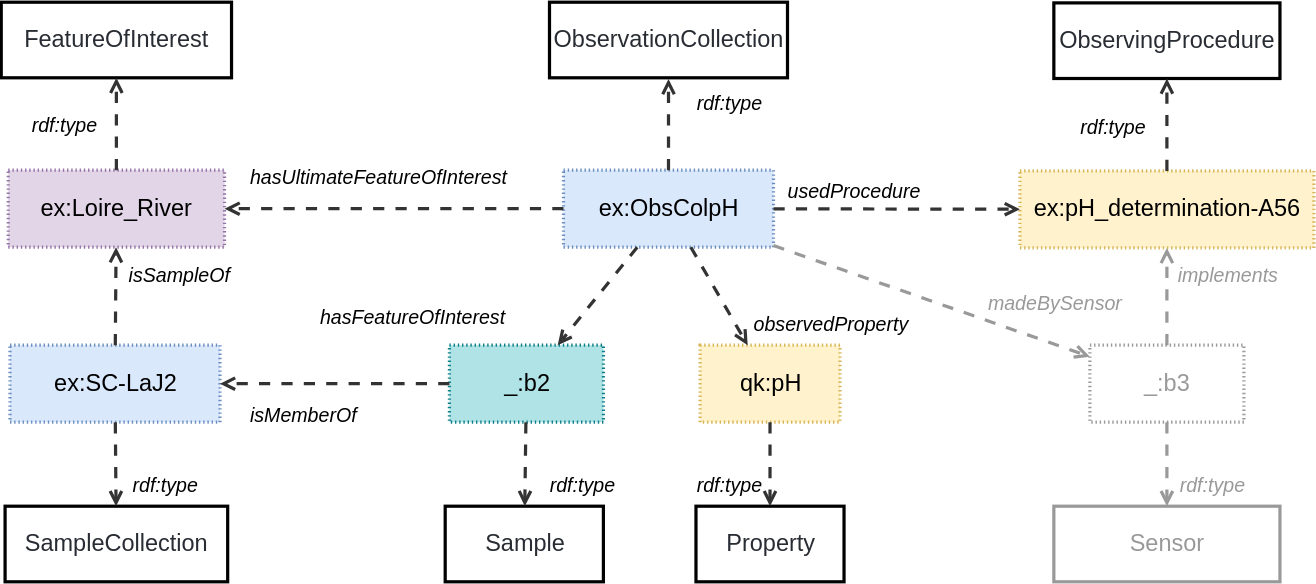
afeliachi/sdw-sosa-ssn keeps this draw.io diagram as ssn/images/PlannedObservationCollection.svg. Above is the earlier version. Source tidied: cells renumbered, new cells last; positions are measured from the earlier drawing's top-left corner, leaving out a move shared by most shapes.
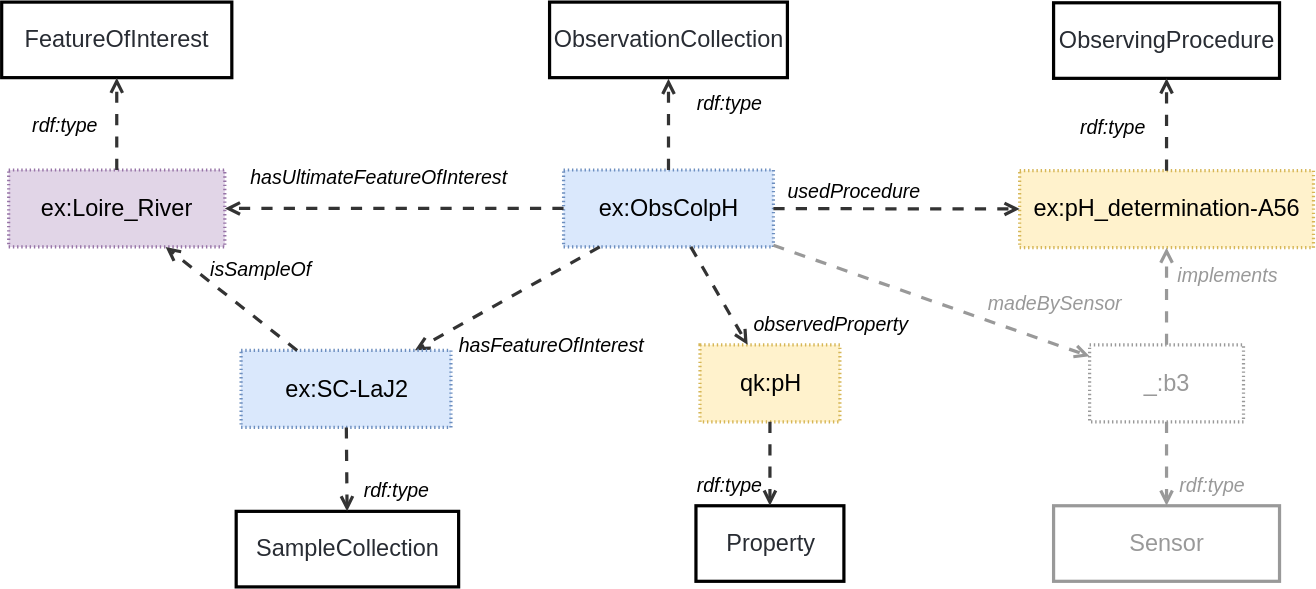
After the change.

The edit, as a diff of the source:
```diff
@@ -32,23 +32,14 @@
     <mxCell id="11" style="html=1;jettySize=18;whiteSpace=wrap;fontSize=13;strokeColor=#333333;strokeOpacity=100;dashed=1;fixDash=1;dashPattern=8 8;strokeWidth=2.3;rounded=0;startArrow=none;endArrow=open;lucidId=XvNQ3zJcAKRb;" parent="1" edge="1" source="6" target="9">
       <mxGeometry relative="1" as="geometry" />
     </mxCell>
-    <mxCell id="12" value="_:b2" style="html=1;overflow=block;blockSpacing=1;whiteSpace=wrap;fontSize=16.8;align=center;spacing=0;strokeOpacity=100;fillColor=#b0e3e6;dashed=1;fixDash=1;dashPattern=1 2;strokeWidth=2.3;strokeColor=#0e8088;" parent="1" vertex="1">
-      <mxGeometry x="320.5" y="245" width="110" height="55" as="geometry" />
-    </mxCell>
-    <mxCell id="13" value="Sample" style="html=1;overflow=block;blockSpacing=1;whiteSpace=wrap;fontSize=16.8;fontColor=#282c33;align=center;spacing=0;strokeOpacity=100;fillColor=none;strokeWidth=2.3;" parent="1" vertex="1">
-      <mxGeometry x="317.5" y="360" width="113" height="54" as="geometry" />
-    </mxCell>
-    <mxCell id="14" style="html=1;jettySize=18;whiteSpace=wrap;fontSize=13;strokeColor=#333333;strokeOpacity=100;dashed=1;fixDash=1;dashPattern=8 8;strokeWidth=2.3;rounded=1;arcSize=24;startArrow=none;endArrow=open;lucidId=NyNQDuX1wnY7;" parent="1" edge="1" source="12" target="13">
-      <mxGeometry relative="1" as="geometry" />
-    </mxCell>
     <mxCell id="15" value="rdf:type" style="html=1;overflow=block;blockSpacing=1;whiteSpace=wrap;fontSize=14;fontStyle=2;align=center;spacing=0;strokeColor=none;strokeOpacity=100;fillOpacity=100;fillColor=none;strokeWidth=2.3;lucidId=ZyNQdXScJ7d8;" parent="1" vertex="1">
       <mxGeometry x="756.5" y="73.5" width="75" height="30" as="geometry" />
     </mxCell>
-    <mxCell id="16" style="html=1;jettySize=18;whiteSpace=wrap;fontSize=13;strokeColor=#333333;strokeOpacity=100;dashed=1;fixDash=1;dashPattern=8 8;strokeWidth=2.3;rounded=1;arcSize=24;startArrow=none;endArrow=open;lucidId=NyNQDuX1wnY7;" parent="1" edge="1" source="2" target="12">
+    <mxCell id="16" style="html=1;jettySize=18;whiteSpace=wrap;fontSize=13;strokeColor=#333333;strokeOpacity=100;dashed=1;fixDash=1;dashPattern=8 8;strokeWidth=2.3;rounded=1;arcSize=24;startArrow=none;endArrow=open;lucidId=NyNQDuX1wnY7;" parent="1" edge="1" source="2" target="24">
       <mxGeometry relative="1" as="geometry" />
     </mxCell>
     <mxCell id="17" value="hasFeatureOfInterest" style="html=1;overflow=block;blockSpacing=1;whiteSpace=wrap;fontSize=14;fontStyle=2;align=center;spacing=0;strokeColor=none;strokeOpacity=100;fillOpacity=100;fillColor=none;strokeWidth=2.3;lucidId=a.MQIzYVmevB;" parent="1" vertex="1">
-      <mxGeometry x="228" y="210" width="75" height="30" as="geometry" />
+      <mxGeometry x="327" y="230" width="75" height="30" as="geometry" />
     </mxCell>
     <mxCell id="18" value="ex:pH_determination-A56" style="html=1;overflow=block;blockSpacing=1;whiteSpace=wrap;fontSize=16.8;align=center;spacing=0;strokeOpacity=100;fillColor=#fff2cc;dashed=1;fixDash=1;dashPattern=1 2;strokeWidth=2.3;strokeColor=#d6b656;" parent="1" vertex="1">
       <mxGeometry x="728" y="120.5" width="210" height="55" as="geometry" />
@@ -59,9 +50,6 @@
     <mxCell id="20" style="html=1;jettySize=18;whiteSpace=wrap;fontSize=13;strokeColor=#333333;strokeOpacity=100;dashed=1;fixDash=1;dashPattern=8 8;strokeWidth=2.3;rounded=1;arcSize=24;startArrow=none;endArrow=open;lucidId=NyNQDuX1wnY7;" parent="1" edge="1" source="18" target="19">
       <mxGeometry relative="1" as="geometry" />
     </mxCell>
-    <mxCell id="21" value="rdf:type" style="html=1;overflow=block;blockSpacing=1;whiteSpace=wrap;fontSize=14;fontStyle=2;align=center;spacing=0;strokeColor=none;strokeOpacity=100;fillOpacity=100;fillColor=none;strokeWidth=2.3;lucidId=ZyNQdXScJ7d8;" parent="1" vertex="1">
-      <mxGeometry x="378" y="330" width="75" height="30" as="geometry" />
-    </mxCell>
     <mxCell id="22" style="html=1;jettySize=18;whiteSpace=wrap;fontSize=13;strokeColor=#333333;strokeOpacity=100;dashed=1;fixDash=1;dashPattern=8 8;strokeWidth=2.3;rounded=1;arcSize=24;startArrow=none;endArrow=open;lucidId=NyNQDuX1wnY7;" parent="1" edge="1" source="2" target="18">
       <mxGeometry relative="1" as="geometry" />
     </mxCell>
@@ -69,29 +57,23 @@
       <mxGeometry x="562" y="120" width="75" height="30" as="geometry" />
     </mxCell>
     <mxCell id="24" value="ex:SC-LaJ2" style="html=1;overflow=block;blockSpacing=1;whiteSpace=wrap;fontSize=16.8;align=center;spacing=0;strokeOpacity=100;fillColor=#dae8fc;dashed=1;fixDash=1;dashPattern=1 2;strokeWidth=2.3;strokeColor=#6c8ebf;" parent="1" vertex="1">
-      <mxGeometry x="6.6" y="245" width="150" height="55" as="geometry" />
+      <mxGeometry x="171.5" y="249" width="150" height="55" as="geometry" />
     </mxCell>
     <mxCell id="25" value="SampleCollection" style="html=1;overflow=block;blockSpacing=1;whiteSpace=wrap;fontSize=16.8;fontColor=#282c33;align=center;spacing=0;strokeOpacity=100;fillColor=none;strokeWidth=2.3;" parent="1" vertex="1">
-      <mxGeometry x="3.1" y="360" width="159" height="54" as="geometry" />
+      <mxGeometry x="168" y="364" width="159" height="54" as="geometry" />
     </mxCell>
     <mxCell id="26" style="html=1;jettySize=18;whiteSpace=wrap;fontSize=13;strokeColor=#333333;strokeOpacity=100;dashed=1;fixDash=1;dashPattern=8 8;strokeWidth=2.3;rounded=1;arcSize=24;startArrow=none;endArrow=open;lucidId=NyNQDuX1wnY7;" parent="1" edge="1" source="24" target="25">
       <mxGeometry relative="1" as="geometry" />
     </mxCell>
     <mxCell id="27" value="rdf:type" style="html=1;overflow=block;blockSpacing=1;whiteSpace=wrap;fontSize=14;fontStyle=2;align=center;spacing=0;strokeColor=none;strokeOpacity=100;fillOpacity=100;fillColor=none;strokeWidth=2.3;lucidId=ZyNQdXScJ7d8;" parent="1" vertex="1">
-      <mxGeometry x="80.2" y="330" width="75" height="30" as="geometry" />
+      <mxGeometry x="245.1" y="334" width="75" height="30" as="geometry" />
     </mxCell>
     <mxCell id="28" style="html=1;jettySize=18;whiteSpace=wrap;fontSize=13;strokeColor=#333333;strokeOpacity=100;dashed=1;fixDash=1;dashPattern=8 8;strokeWidth=2.3;rounded=1;arcSize=24;startArrow=none;endArrow=open;lucidId=NyNQDuX1wnY7;" parent="1" edge="1" source="24" target="6">
       <mxGeometry relative="1" as="geometry" />
     </mxCell>
     <mxCell id="29" value="isSampleOf" style="html=1;overflow=block;blockSpacing=1;whiteSpace=wrap;fontSize=14;fontStyle=2;align=center;spacing=0;strokeColor=none;strokeOpacity=100;fillOpacity=100;fillColor=none;strokeWidth=2.3;lucidId=ZyNQdXScJ7d8;" parent="1" vertex="1">
-      <mxGeometry x="89.9" y="180" width="75" height="30" as="geometry" />
+      <mxGeometry x="148" y="175.5" width="75" height="30" as="geometry" />
     </mxCell>
-    <mxCell id="30" style="html=1;jettySize=18;whiteSpace=wrap;fontSize=13;strokeColor=#333333;strokeOpacity=100;dashed=1;fixDash=1;dashPattern=8 8;strokeWidth=2.3;rounded=0;arcSize=24;startArrow=none;endArrow=open;lucidId=a.MQUB3mGXbf;" parent="1" edge="1" source="12" target="24">
-      <mxGeometry relative="1" as="geometry" />
-    </mxCell>
-    <mxCell id="31" value="isMemberOf" style="html=1;overflow=block;blockSpacing=1;whiteSpace=wrap;fontSize=14;fontStyle=2;align=center;spacing=0;strokeColor=none;strokeOpacity=100;fillOpacity=100;fillColor=none;strokeWidth=2.3;lucidId=a.MQIzYVmevB;" parent="1" vertex="1">
-      <mxGeometry x="178" y="280" width="75" height="30" as="geometry" />
-    </mxCell>
     <mxCell id="32" value="rdf:type" style="html=1;overflow=block;blockSpacing=1;whiteSpace=wrap;fontSize=14;fontStyle=2;align=center;spacing=0;strokeColor=none;strokeOpacity=100;fillOpacity=100;fillColor=none;strokeWidth=2.3;lucidId=ZyNQdXScJ7d8;" parent="1" vertex="1">
       <mxGeometry x="483" y="330" width="75" height="30" as="geometry" />
     </mxCell>
```
